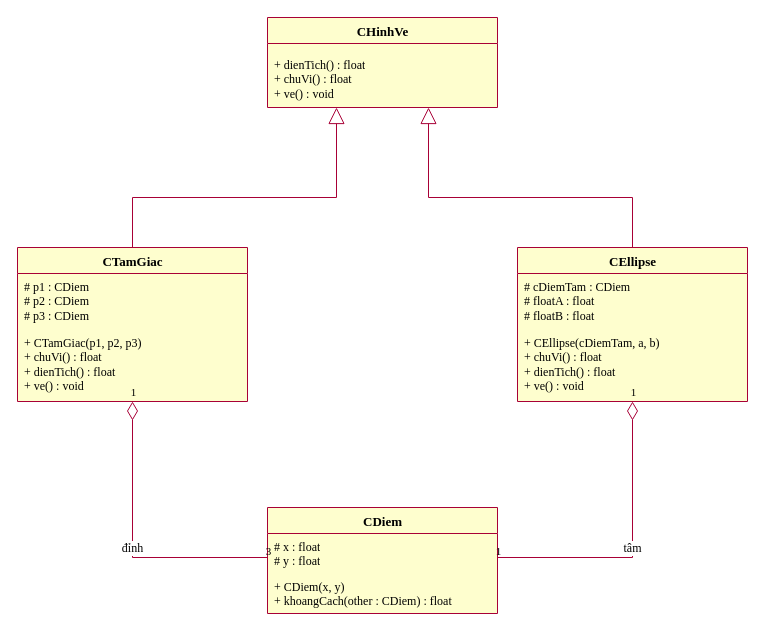
This is IMAGES/LAB1/H1_ClassDiagram_HinhVe.drawio from nguyenquocan5432-bot/LAB_AT_OOSD, a draw.io file, before an edit. Source tidied: cells renumbered, new cells numbered last; positions are measured from the earlier drawing's top-left corner, leaving out a move shared by most shapes. Both pictures are drawn from the tidied source at 100%, with x=0, y=0 at pixel (17, 17).
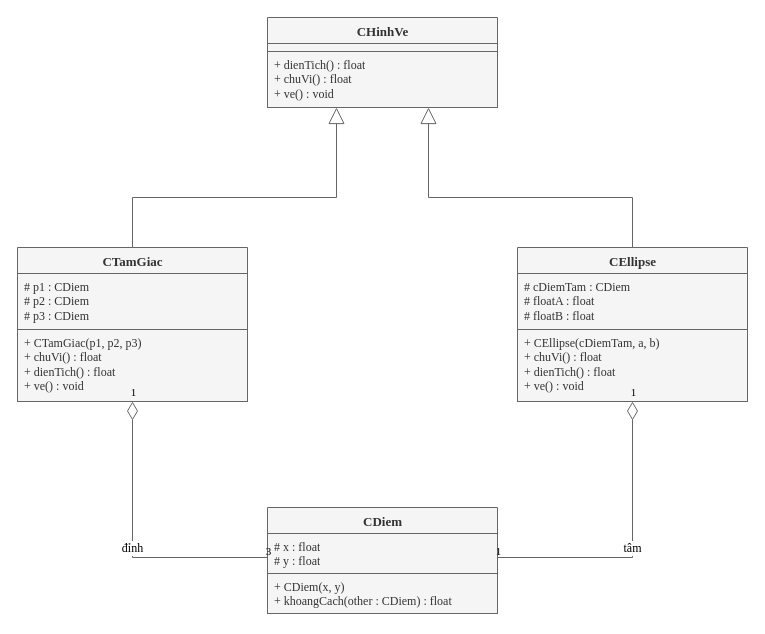
The same page after the edit.

Diff of the diagram source:
```diff
@@
-    <mxCell id="2" value="CHinhVe" style="swimlane;fontStyle=1;align=center;verticalAlign=top;horizontal=1;startSize=26;html=1;fillColor=#FEFECE;swimlaneFillColor=#FEFECE;strokeColor=#A80036;fontFamily=Times New Roman;fontSize=13;" parent="1" vertex="1">
+    <mxCell id="2" value="CHinhVe" style="swimlane;fontStyle=1;align=center;verticalAlign=top;horizontal=1;startSize=26;html=1;swimlaneFillColor=#FEFECE;fontFamily=Times New Roman;fontSize=13;fillColor=#f5f5f5;fontColor=#333333;strokeColor=#666666;" parent="1" vertex="1">
       <mxGeometry x="250" width="230" height="90" as="geometry" />
     </mxCell>
-    <mxCell id="3" style="text;strokeColor=none;fillColor=none;align=left;verticalAlign=top;spacingLeft=5;spacingRight=4;overflow=hidden;whiteSpace=wrap;html=1;fontFamily=Times New Roman;fontSize=12;" parent="2" vertex="1">
+    <mxCell id="3" style="text;align=left;verticalAlign=top;spacingLeft=5;spacingRight=4;overflow=hidden;whiteSpace=wrap;html=1;fontFamily=Times New Roman;fontSize=12;fillColor=#f5f5f5;fontColor=#333333;strokeColor=#666666;" parent="2" vertex="1">
       <mxGeometry y="26" width="230" height="8" as="geometry" />
     </mxCell>
-    <mxCell id="4" style="line;strokeWidth=1;fillColor=none;align=left;verticalAlign=middle;spacingTop=-1;spacingLeft=3;spacingRight=3;labelPosition=right;strokeColor=#A80036;" parent="2" vertex="1">
+    <mxCell id="4" style="line;strokeWidth=1;align=left;verticalAlign=middle;spacingTop=-1;spacingLeft=3;spacingRight=3;labelPosition=right;fillColor=#f5f5f5;fontColor=#333333;strokeColor=#666666;" parent="2" vertex="1">
       <mxGeometry y="34" width="230" as="geometry" />
     </mxCell>
-    <mxCell id="5" value="+ dienTich() : float&lt;br&gt;+ chuVi() : float&lt;br&gt;+ ve() : void" style="text;strokeColor=none;fillColor=none;align=left;verticalAlign=top;spacingLeft=5;spacingRight=4;overflow=hidden;whiteSpace=wrap;html=1;fontFamily=Times New Roman;fontSize=12;" parent="2" vertex="1">
+    <mxCell id="5" value="+ dienTich() : float&lt;br&gt;+ chuVi() : float&lt;br&gt;+ ve() : void" style="text;align=left;verticalAlign=top;spacingLeft=5;spacingRight=4;overflow=hidden;whiteSpace=wrap;html=1;fontFamily=Times New Roman;fontSize=12;fillColor=#f5f5f5;fontColor=#333333;strokeColor=#666666;" parent="2" vertex="1">
       <mxGeometry y="34" width="230" height="56" as="geometry" />
     </mxCell>
-    <mxCell id="6" value="CTamGiac" style="swimlane;fontStyle=1;align=center;verticalAlign=top;horizontal=1;startSize=26;html=1;fillColor=#FEFECE;swimlaneFillColor=#FEFECE;strokeColor=#A80036;fontFamily=Times New Roman;fontSize=13;" parent="1" vertex="1">
+    <mxCell id="6" value="CTamGiac" style="swimlane;fontStyle=1;align=center;verticalAlign=top;horizontal=1;startSize=26;html=1;swimlaneFillColor=#FEFECE;fontFamily=Times New Roman;fontSize=13;fillColor=#f5f5f5;fontColor=#333333;strokeColor=#666666;" parent="1" vertex="1">
       <mxGeometry y="230" width="230" height="154" as="geometry" />
     </mxCell>
-    <mxCell id="7" value="# p1 : CDiem&lt;br&gt;# p2 : CDiem&lt;br&gt;# p3 : CDiem" style="text;strokeColor=none;fillColor=none;align=left;verticalAlign=top;spacingLeft=5;spacingRight=4;overflow=hidden;whiteSpace=wrap;html=1;fontFamily=Times New Roman;fontSize=12;" parent="6" vertex="1">
+    <mxCell id="7" value="# p1 : CDiem&lt;br&gt;# p2 : CDiem&lt;br&gt;# p3 : CDiem" style="text;align=left;verticalAlign=top;spacingLeft=5;spacingRight=4;overflow=hidden;whiteSpace=wrap;html=1;fontFamily=Times New Roman;fontSize=12;fillColor=#f5f5f5;fontColor=#333333;strokeColor=#666666;" parent="6" vertex="1">
       <mxGeometry y="26" width="230" height="56" as="geometry" />
     </mxCell>
-    <mxCell id="8" style="line;strokeWidth=1;fillColor=none;align=left;verticalAlign=middle;spacingTop=-1;spacingLeft=3;spacingRight=3;labelPosition=right;strokeColor=#A80036;" parent="6" vertex="1">
+    <mxCell id="8" style="line;strokeWidth=1;align=left;verticalAlign=middle;spacingTop=-1;spacingLeft=3;spacingRight=3;labelPosition=right;fillColor=#f5f5f5;fontColor=#333333;strokeColor=#666666;" parent="6" vertex="1">
       <mxGeometry y="82" width="230" as="geometry" />
     </mxCell>
-    <mxCell id="9" value="+ CTamGiac(p1, p2, p3)&lt;br&gt;+ chuVi() : float&lt;br&gt;+ dienTich() : float&lt;br&gt;+ ve() : void" style="text;strokeColor=none;fillColor=none;align=left;verticalAlign=top;spacingLeft=5;spacingRight=4;overflow=hidden;whiteSpace=wrap;html=1;fontFamily=Times New Roman;fontSize=12;" parent="6" vertex="1">
+    <mxCell id="9" value="+ CTamGiac(p1, p2, p3)&lt;br&gt;+ chuVi() : float&lt;br&gt;+ dienTich() : float&lt;br&gt;+ ve() : void" style="text;align=left;verticalAlign=top;spacingLeft=5;spacingRight=4;overflow=hidden;whiteSpace=wrap;html=1;fontFamily=Times New Roman;fontSize=12;fillColor=#f5f5f5;fontColor=#333333;strokeColor=#666666;" parent="6" vertex="1">
       <mxGeometry y="82" width="230" height="72" as="geometry" />
     </mxCell>
-    <mxCell id="10" value="CEllipse" style="swimlane;fontStyle=1;align=center;verticalAlign=top;horizontal=1;startSize=26;html=1;fillColor=#FEFECE;swimlaneFillColor=#FEFECE;strokeColor=#A80036;fontFamily=Times New Roman;fontSize=13;" parent="1" vertex="1">
+    <mxCell id="10" value="CEllipse" style="swimlane;fontStyle=1;align=center;verticalAlign=top;horizontal=1;startSize=26;html=1;swimlaneFillColor=#FEFECE;fontFamily=Times New Roman;fontSize=13;fillColor=#f5f5f5;fontColor=#333333;strokeColor=#666666;" parent="1" vertex="1">
       <mxGeometry x="500" y="230" width="230" height="154" as="geometry" />
     </mxCell>
-    <mxCell id="11" value="# cDiemTam : CDiem&lt;br&gt;# floatA : float&lt;br&gt;# floatB : float" style="text;strokeColor=none;fillColor=none;align=left;verticalAlign=top;spacingLeft=5;spacingRight=4;overflow=hidden;whiteSpace=wrap;html=1;fontFamily=Times New Roman;fontSize=12;" parent="10" vertex="1">
+    <mxCell id="11" value="# cDiemTam : CDiem&lt;br&gt;# floatA : float&lt;br&gt;# floatB : float" style="text;align=left;verticalAlign=top;spacingLeft=5;spacingRight=4;overflow=hidden;whiteSpace=wrap;html=1;fontFamily=Times New Roman;fontSize=12;fillColor=#f5f5f5;fontColor=#333333;strokeColor=#666666;" parent="10" vertex="1">
       <mxGeometry y="26" width="230" height="56" as="geometry" />
     </mxCell>
-    <mxCell id="12" style="line;strokeWidth=1;fillColor=none;align=left;verticalAlign=middle;spacingTop=-1;spacingLeft=3;spacingRight=3;labelPosition=right;strokeColor=#A80036;" parent="10" vertex="1">
+    <mxCell id="12" style="line;strokeWidth=1;align=left;verticalAlign=middle;spacingTop=-1;spacingLeft=3;spacingRight=3;labelPosition=right;fillColor=#f5f5f5;fontColor=#333333;strokeColor=#666666;" parent="10" vertex="1">
       <mxGeometry y="82" width="230" as="geometry" />
     </mxCell>
-    <mxCell id="13" value="+ CEllipse(cDiemTam, a, b)&lt;br&gt;+ chuVi() : float&lt;br&gt;+ dienTich() : float&lt;br&gt;+ ve() : void" style="text;strokeColor=none;fillColor=none;align=left;verticalAlign=top;spacingLeft=5;spacingRight=4;overflow=hidden;whiteSpace=wrap;html=1;fontFamily=Times New Roman;fontSize=12;" parent="10" vertex="1">
+    <mxCell id="13" value="+ CEllipse(cDiemTam, a, b)&lt;br&gt;+ chuVi() : float&lt;br&gt;+ dienTich() : float&lt;br&gt;+ ve() : void" style="text;align=left;verticalAlign=top;spacingLeft=5;spacingRight=4;overflow=hidden;whiteSpace=wrap;html=1;fontFamily=Times New Roman;fontSize=12;fillColor=#f5f5f5;fontColor=#333333;strokeColor=#666666;" parent="10" vertex="1">
       <mxGeometry y="82" width="230" height="72" as="geometry" />
     </mxCell>
-    <mxCell id="14" value="CDiem" style="swimlane;fontStyle=1;align=center;verticalAlign=top;horizontal=1;startSize=26;html=1;fillColor=#FEFECE;swimlaneFillColor=#FEFECE;strokeColor=#A80036;fontFamily=Times New Roman;fontSize=13;" parent="1" vertex="1">
+    <mxCell id="14" value="CDiem" style="swimlane;fontStyle=1;align=center;verticalAlign=top;horizontal=1;startSize=26;html=1;swimlaneFillColor=#FEFECE;fontFamily=Times New Roman;fontSize=13;fillColor=#f5f5f5;fontColor=#333333;strokeColor=#666666;" parent="1" vertex="1">
       <mxGeometry x="250" y="490" width="230" height="106" as="geometry" />
     </mxCell>
-    <mxCell id="15" value="# x : float&lt;br&gt;# y : float" style="text;strokeColor=none;fillColor=none;align=left;verticalAlign=top;spacingLeft=5;spacingRight=4;overflow=hidden;whiteSpace=wrap;html=1;fontFamily=Times New Roman;fontSize=12;" parent="14" vertex="1">
+    <mxCell id="15" value="# x : float&lt;br&gt;# y : float" style="text;align=left;verticalAlign=top;spacingLeft=5;spacingRight=4;overflow=hidden;whiteSpace=wrap;html=1;fontFamily=Times New Roman;fontSize=12;fillColor=#f5f5f5;fontColor=#333333;strokeColor=#666666;" parent="14" vertex="1">
       <mxGeometry y="26" width="230" height="40" as="geometry" />
     </mxCell>
-    <mxCell id="16" style="line;strokeWidth=1;fillColor=none;align=left;verticalAlign=middle;spacingTop=-1;spacingLeft=3;spacingRight=3;labelPosition=right;strokeColor=#A80036;" parent="14" vertex="1">
+    <mxCell id="16" style="line;strokeWidth=1;align=left;verticalAlign=middle;spacingTop=-1;spacingLeft=3;spacingRight=3;labelPosition=right;fillColor=#f5f5f5;fontColor=#333333;strokeColor=#666666;" parent="14" vertex="1">
       <mxGeometry y="66" width="230" as="geometry" />
     </mxCell>
-    <mxCell id="17" value="+ CDiem(x, y)&lt;br&gt;+ khoangCach(other : CDiem) : float" style="text;strokeColor=none;fillColor=none;align=left;verticalAlign=top;spacingLeft=5;spacingRight=4;overflow=hidden;whiteSpace=wrap;html=1;fontFamily=Times New Roman;fontSize=12;" parent="14" vertex="1">
+    <mxCell id="17" value="+ CDiem(x, y)&lt;br&gt;+ khoangCach(other : CDiem) : float" style="text;align=left;verticalAlign=top;spacingLeft=5;spacingRight=4;overflow=hidden;whiteSpace=wrap;html=1;fontFamily=Times New Roman;fontSize=12;fillColor=#f5f5f5;fontColor=#333333;strokeColor=#666666;" parent="14" vertex="1">
       <mxGeometry y="66" width="230" height="40" as="geometry" />
     </mxCell>
-    <mxCell id="18" style="edgeStyle=orthogonalEdgeStyle;rounded=0;html=1;jumpStyle=arc;jumpSize=10;strokeColor=#A80036;fontFamily=Times New Roman;fontSize=12;labelBackgroundColor=#ffffff;exitX=0.5;exitY=0;exitDx=0;exitDy=0;entryX=0.3;entryY=1;entryDx=0;entryDy=0;endArrow=block;endFill=0;endSize=14;startArrow=none;" parent="1" edge="1" source="6" target="2">
+    <mxCell id="18" style="edgeStyle=orthogonalEdgeStyle;rounded=0;html=1;jumpStyle=arc;jumpSize=10;fontFamily=Times New Roman;fontSize=12;labelBackgroundColor=#ffffff;exitX=0.5;exitY=0;exitDx=0;exitDy=0;entryX=0.3;entryY=1;entryDx=0;entryDy=0;endArrow=block;endFill=0;endSize=14;startArrow=none;fillColor=#f5f5f5;strokeColor=#666666;" parent="1" edge="1" source="6" target="2">
       <mxGeometry relative="1" as="geometry">
         <Array as="points">
           <mxPoint x="115" y="180" />
           <mxPoint x="319" y="180" />
         </Array>
       </mxGeometry>
     </mxCell>
-    <mxCell id="19" style="edgeStyle=orthogonalEdgeStyle;rounded=0;html=1;jumpStyle=arc;jumpSize=10;strokeColor=#A80036;fontFamily=Times New Roman;fontSize=12;labelBackgroundColor=#ffffff;exitX=0.5;exitY=0;exitDx=0;exitDy=0;entryX=0.7;entryY=1;entryDx=0;entryDy=0;endArrow=block;endFill=0;endSize=14;startArrow=none;" parent="1" edge="1" source="10" target="2">
+    <mxCell id="19" style="edgeStyle=orthogonalEdgeStyle;rounded=0;html=1;jumpStyle=arc;jumpSize=10;fontFamily=Times New Roman;fontSize=12;labelBackgroundColor=#ffffff;exitX=0.5;exitY=0;exitDx=0;exitDy=0;entryX=0.7;entryY=1;entryDx=0;entryDy=0;endArrow=block;endFill=0;endSize=14;startArrow=none;fillColor=#f5f5f5;strokeColor=#666666;" parent="1" edge="1" source="10" target="2">
       <mxGeometry relative="1" as="geometry">
         <Array as="points">
           <mxPoint x="615" y="180" />
           <mxPoint x="411" y="180" />
         </Array>
       </mxGeometry>
     </mxCell>
-    <mxCell id="20" value="đỉnh" style="edgeStyle=orthogonalEdgeStyle;rounded=0;html=1;jumpStyle=arc;jumpSize=10;strokeColor=#A80036;fontFamily=Times New Roman;fontSize=12;labelBackgroundColor=#ffffff;exitX=0.5;exitY=1;exitDx=0;exitDy=0;entryX=0;entryY=0.5;entryDx=0;entryDy=0;startArrow=diamondThin;startFill=0;startSize=16;endArrow=none;" parent="1" edge="1" source="6" target="14">
+    <mxCell id="20" value="đỉnh" style="edgeStyle=orthogonalEdgeStyle;rounded=0;html=1;jumpStyle=arc;jumpSize=10;fontFamily=Times New Roman;fontSize=12;labelBackgroundColor=#ffffff;exitX=0.5;exitY=1;exitDx=0;exitDy=0;entryX=0;entryY=0.5;entryDx=0;entryDy=0;startArrow=diamondThin;startFill=0;startSize=16;endArrow=none;fillColor=#f5f5f5;strokeColor=#666666;" parent="1" edge="1" source="6" target="14">
       <mxGeometry relative="1" as="geometry">
         <Array as="points">
           <mxPoint x="115" y="540" />
         </Array>
       </mxGeometry>
     </mxCell>
@@
-    <mxCell id="23" value="tâm" style="edgeStyle=orthogonalEdgeStyle;rounded=0;html=1;jumpStyle=arc;jumpSize=10;strokeColor=#A80036;fontFamily=Times New Roman;fontSize=12;labelBackgroundColor=#ffffff;exitX=0.5;exitY=1;exitDx=0;exitDy=0;entryX=1;entryY=0.5;entryDx=0;entryDy=0;startArrow=diamondThin;startFill=0;startSize=16;endArrow=none;" parent="1" edge="1" source="10" target="14">
+    <mxCell id="23" value="tâm" style="edgeStyle=orthogonalEdgeStyle;rounded=0;html=1;jumpStyle=arc;jumpSize=10;fontFamily=Times New Roman;fontSize=12;labelBackgroundColor=#ffffff;exitX=0.5;exitY=1;exitDx=0;exitDy=0;entryX=1;entryY=0.5;entryDx=0;entryDy=0;startArrow=diamondThin;startFill=0;startSize=16;endArrow=none;fillColor=#f5f5f5;strokeColor=#666666;" parent="1" edge="1" source="10" target="14">
       <mxGeometry relative="1" as="geometry">
         <Array as="points">
           <mxPoint x="615" y="540" />
         </Array>
       </mxGeometry>
     </mxCell>
```
